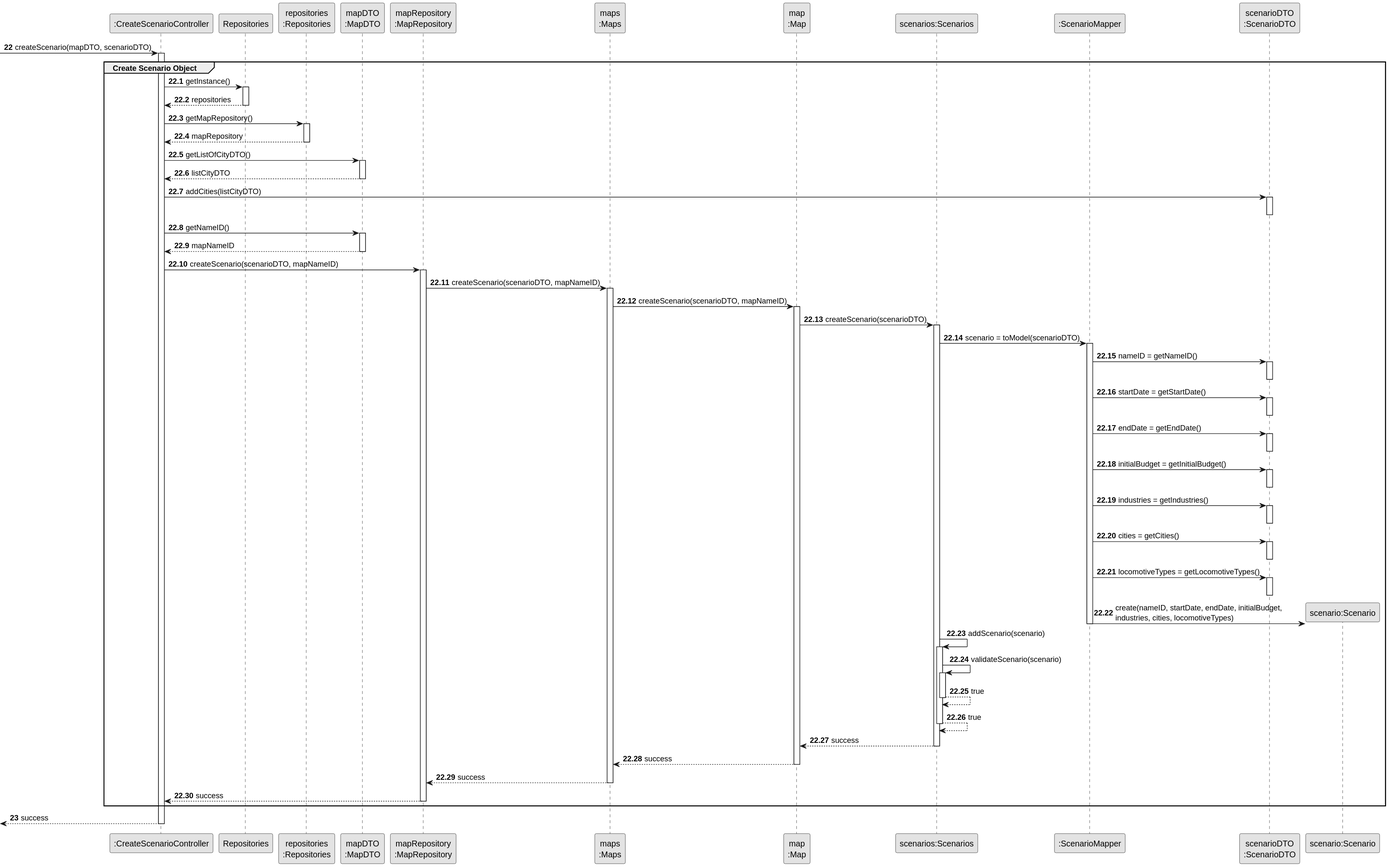
Before: docs/system-documentation/Sprint 3/US04/03.design/svg/US04-SD-partial-Create-Scenario-Object.svg, a diagram exported from PlantUML (HenriqueSilva18/Railway-Network-Simulator).
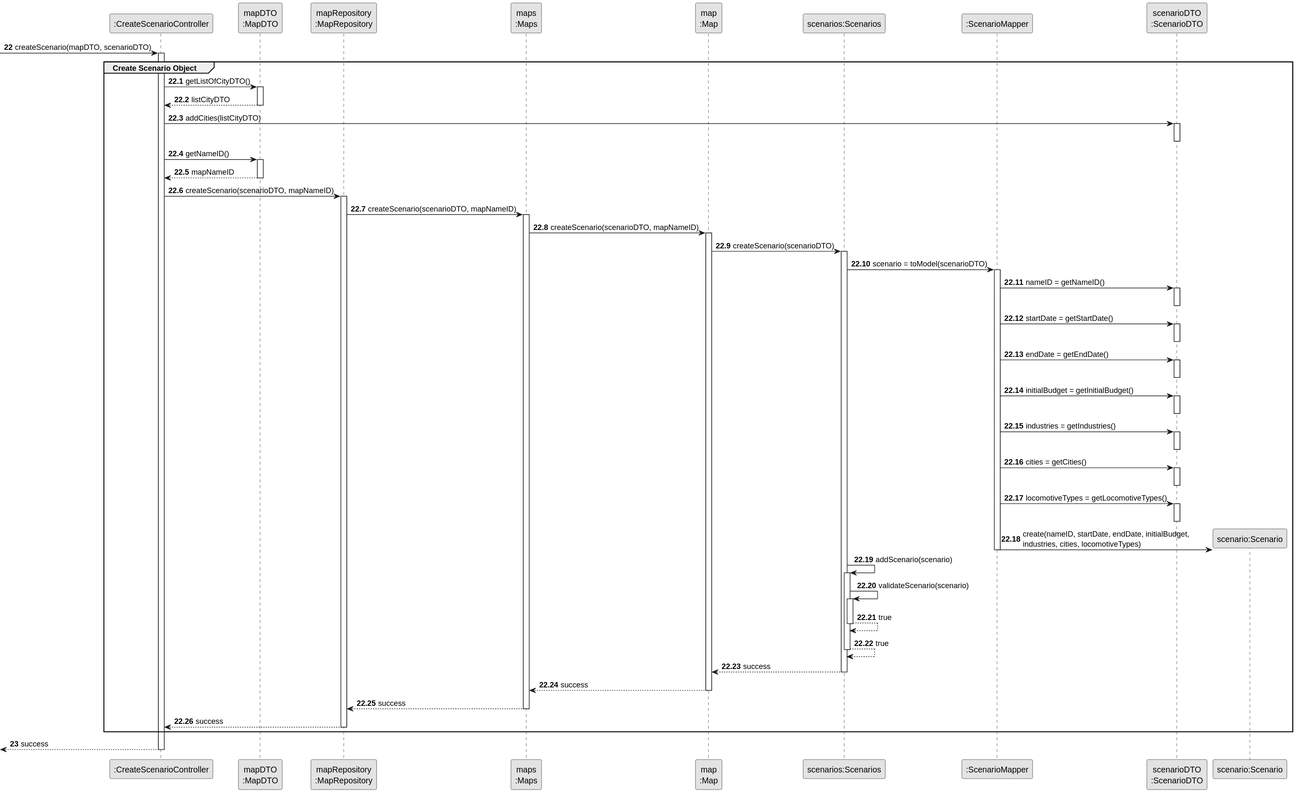
The same file after the commit.

The edit, as a diff of the source:
```diff
@@ -4,8 +4,6 @@
 skinparam shadowing false
 
 participant ":CreateScenarioController" as CTRL
-participant "Repositories" as REPOS
-participant "repositories\n:Repositories" as REPOS_SINGLETON
 participant "mapDTO\n:MapDTO" as MAP_DTO
 participant "mapRepository\n:MapRepository" as MAP_REPO
 participant "maps\n:Maps" as MAPS
@@ -22,16 +20,6 @@
 autonumber 22.1
 activate CTRL
     group Create Scenario Object
-
-        CTRL -> REPOS : getInstance()
-        activate REPOS
-            REPOS --> CTRL: repositories
-        deactivate REPOS
-
-        CTRL -> REPOS_SINGLETON: getMapRepository()
-        activate REPOS_SINGLETON
-            REPOS_SINGLETON --> CTRL: mapRepository
-        deactivate REPOS_SINGLETON
 
         CTRL -> MAP_DTO: getListOfCityDTO()
         activate MAP_DTO
```
